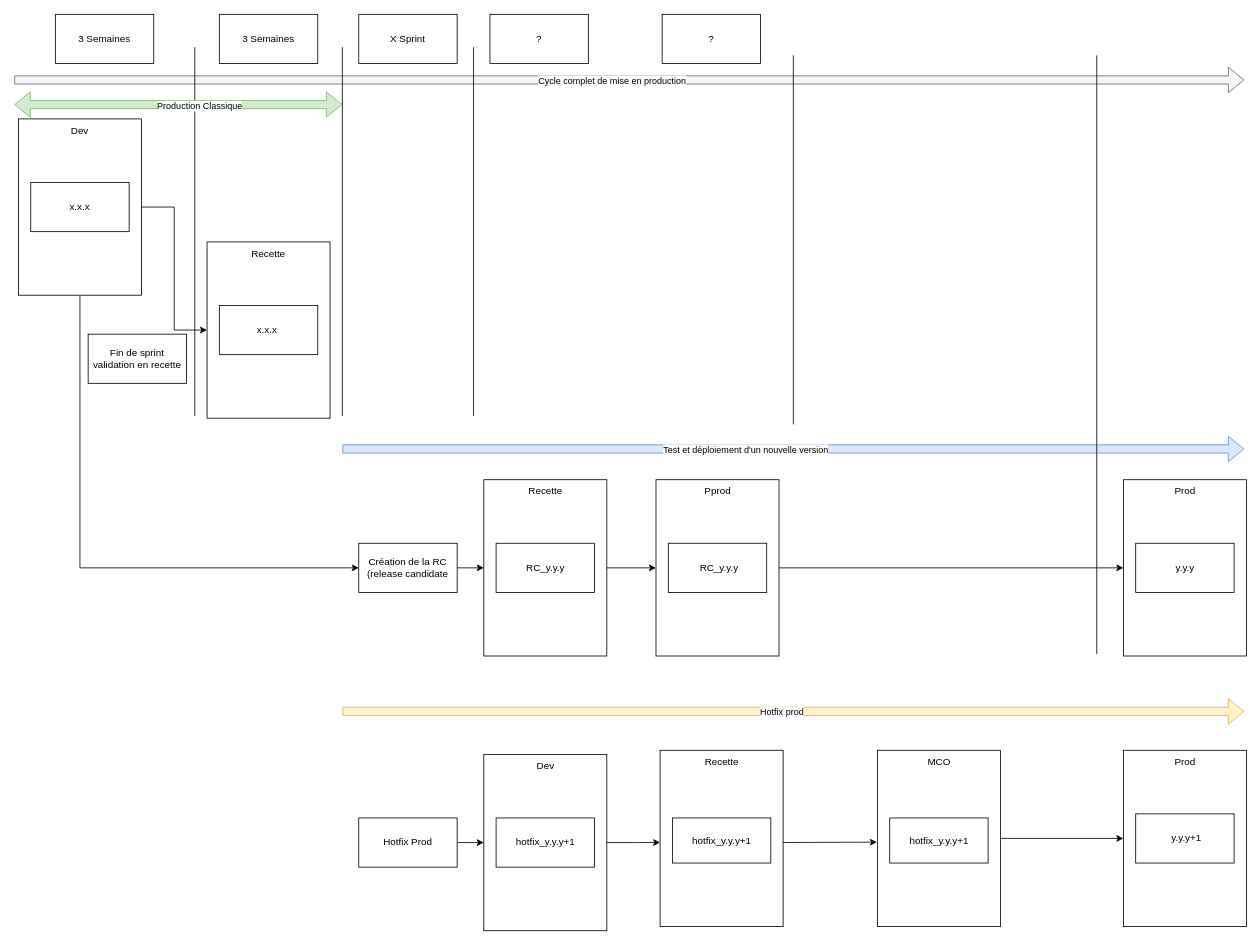
Earlier version of the draw.io diagram page "Page-2" (1 of 2) of classical_version_qa.drawio (AdrianANDRE/drawio). Source tidied: cells renumbered, new cells numbered last; positions are measured from the earlier drawing's top-left corner, leaving out a move shared by most shapes. Both pictures are drawn from the tidied source at 82%, with x=0, y=0 at pixel (-9, 14).
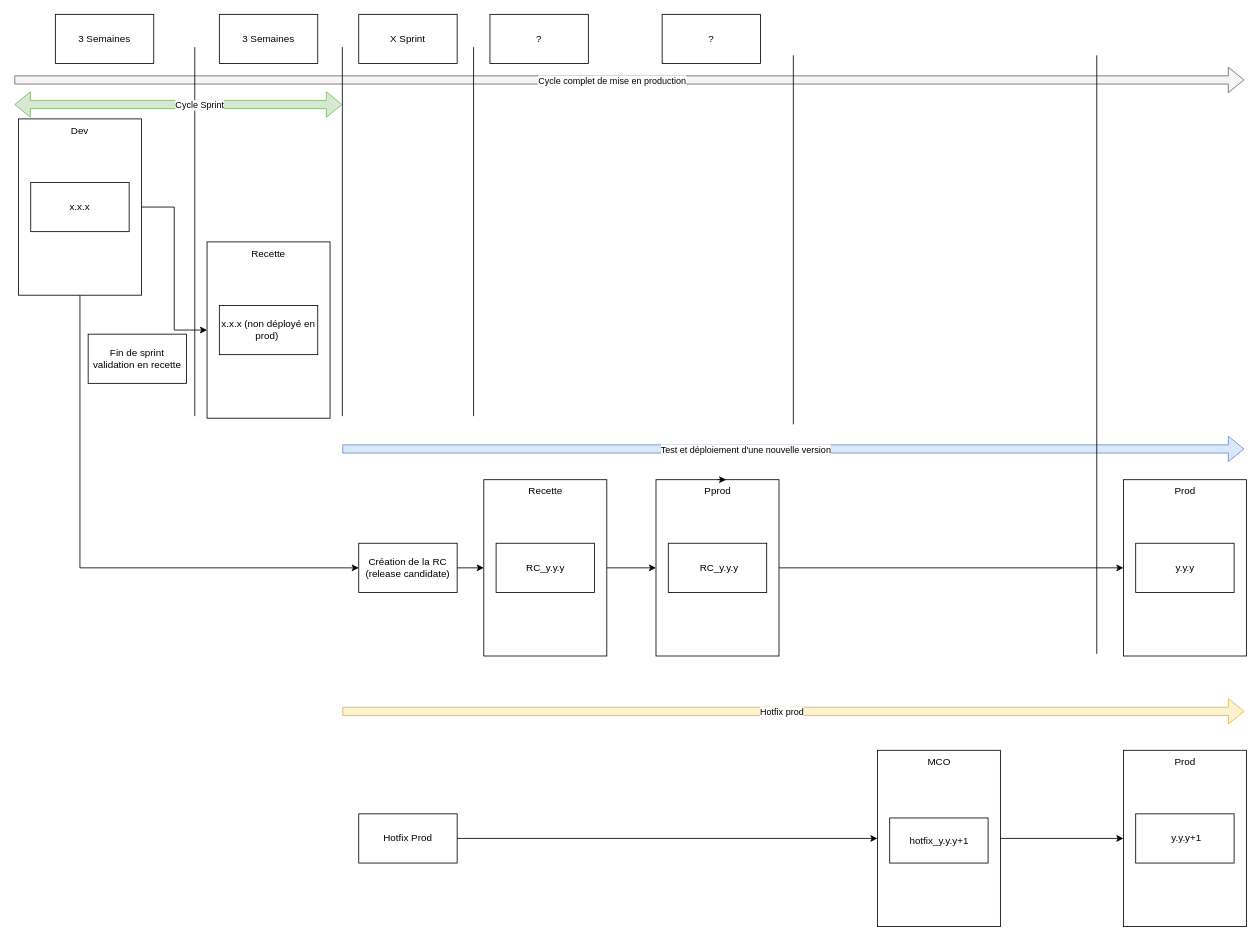
Above is the later version.

The change refers to these unchanged cells:
```xml
<mxCell id="19" value="Pprod" style="rounded=0;whiteSpace=wrap;html=1;rotation=90;verticalAlign=top;flipV=1;flipH=1;direction=west;horizontal=0;" parent="1" vertex="1">
  <mxGeometry x="778" y="600" width="215" height="150" as="geometry" />
</mxCell>
<mxCell id="23" style="shape=flexArrow;endArrow=classic;startArrow=classic;html=1;rounded=0;fillColor=#d5e8d4;strokeColor=#82b366;" parent="1" edge="1">
  <mxGeometry relative="1" as="geometry">
    <mxPoint x="28" y="110" as="sourcePoint" />
    <mxPoint x="428" y="110" as="targetPoint" />
  </mxGeometry>
</mxCell>
<mxCell id="28" style="shape=flexArrow;endArrow=classic;html=1;rounded=0;fillColor=#dae8fc;strokeColor=#6c8ebf;" parent="1" edge="1">
  <mxGeometry relative="1" as="geometry">
    <mxPoint x="428" y="530" as="sourcePoint" />
    <mxPoint x="1528" y="530" as="targetPoint" />
  </mxGeometry>
</mxCell>
<mxCell id="41" value="MCO" style="rounded=0;whiteSpace=wrap;html=1;rotation=90;verticalAlign=top;flipV=1;flipH=1;direction=west;horizontal=0;" parent="1" vertex="1">
  <mxGeometry x="1048" y="930" width="215" height="150" as="geometry" />
</mxCell>
```

Diff of the diagram source:
```diff
@@
-    <mxCell id="8" value="x.x.x&amp;nbsp;" style="rounded=0;whiteSpace=wrap;html=1;" parent="1" vertex="1">
+    <mxCell id="8" value="x.x.x (non déployé en prod)&amp;nbsp;" style="rounded=0;whiteSpace=wrap;html=1;" parent="1" vertex="1">
       <mxGeometry x="278" y="355" width="120" height="60" as="geometry" />
     </mxCell>
@@
-    <mxCell id="17" value="Création de la RC (release candidate" style="rounded=0;whiteSpace=wrap;html=1;" parent="1" vertex="1">
+    <mxCell id="17" value="Création de la RC (release candidate)" style="rounded=0;whiteSpace=wrap;html=1;" parent="1" vertex="1">
       <mxGeometry x="448" y="645" width="120" height="60" as="geometry" />
     </mxCell>
@@
-    <mxCell id="24" value="Production Classique" style="edgeLabel;html=1;align=center;verticalAlign=middle;" parent="23" vertex="1">
-      <mxGeometry x="0.13" y="-1" relative="1" as="geometry" />
+    <mxCell id="24" value="Cycle Sprint" style="edgeLabel;html=1;align=center;verticalAlign=middle;" parent="23" vertex="1">
+      <mxGeometry x="0.13" y="-1" relative="1" as="geometry">
+        <mxPoint y="-1" as="offset" />
+      </mxGeometry>
     </mxCell>
@@
-    <mxCell id="29" value="Test et déploiement d'un nouvelle version" style="edgeLabel;html=1;align=center;verticalAlign=middle;" parent="28" vertex="1">
+    <mxCell id="29" value="Test et déploiement d'une nouvelle version" style="edgeLabel;html=1;align=center;verticalAlign=middle;" parent="28" vertex="1">
       <mxGeometry x="-0.11" relative="1" as="geometry">
         <mxPoint x="1" as="offset" />
       </mxGeometry>
     </mxCell>
@@
-    <mxCell id="34" style="edgeStyle=orthogonalEdgeStyle;rounded=0;jettySize=auto;html=1;exitX=1;exitY=0.5;exitDx=0;exitDy=0;entryX=0.5;entryY=0;entryDx=0;entryDy=0;" parent="1" edge="1" source="35" target="36">
-      <mxGeometry relative="1" as="geometry" />
-    </mxCell>
+    <mxCell id="50" style="edgeStyle=orthogonalEdgeStyle;rounded=0;jettySize=auto;html=1;exitX=1;exitY=0.5;exitDx=0;exitDy=0;entryX=0.5;entryY=0;entryDx=0;entryDy=0;" parent="1" edge="1" source="35" target="41">
+      <mxGeometry relative="1" as="geometry" />
+    </mxCell>
     <mxCell id="35" value="Hotfix Prod" style="rounded=0;whiteSpace=wrap;html=1;" parent="1" vertex="1">
-      <mxGeometry x="448" y="980" width="120" height="60" as="geometry" />
+      <mxGeometry x="448" y="975" width="120" height="60" as="geometry" />
     </mxCell>
-    <mxCell id="36" value="Dev" style="rounded=0;whiteSpace=wrap;html=1;rotation=90;verticalAlign=top;flipV=1;flipH=1;direction=west;horizontal=0;" parent="1" vertex="1">
-      <mxGeometry x="568" y="935" width="215" height="150" as="geometry" />
-    </mxCell>
-    <mxCell id="37" value="hotfix_y.y.y+1" style="rounded=0;whiteSpace=wrap;html=1;" parent="1" vertex="1">
-      <mxGeometry x="615.5" y="980" width="120" height="60" as="geometry" />
-    </mxCell>
-    <mxCell id="38" value="Recette" style="rounded=0;whiteSpace=wrap;html=1;rotation=90;verticalAlign=top;flipV=1;flipH=1;direction=west;horizontal=0;" parent="1" vertex="1">
-      <mxGeometry x="783" y="930" width="215" height="150" as="geometry" />
-    </mxCell>
-    <mxCell id="39" value="hotfix_y.y.y+1" style="rounded=0;whiteSpace=wrap;html=1;" parent="1" vertex="1">
-      <mxGeometry x="830.5" y="980" width="120" height="55" as="geometry" />
-    </mxCell>
@@
-    <mxCell id="44" style="edgeStyle=orthogonalEdgeStyle;rounded=0;jettySize=auto;html=1;exitX=0.5;exitY=1;exitDx=0;exitDy=0;entryX=0.523;entryY=1;entryDx=0;entryDy=0;entryPerimeter=0;" parent="1" edge="1" source="36" target="38">
-      <mxGeometry relative="1" as="geometry" />
-    </mxCell>
-    <mxCell id="45" style="endArrow=classic;html=1;rounded=0;exitX=0.523;exitY=0;exitDx=0;exitDy=0;exitPerimeter=0;entryX=0.521;entryY=1.004;entryDx=0;entryDy=0;entryPerimeter=0;" parent="1" edge="1" source="38" target="41">
-      <mxGeometry relative="1" as="geometry" />
-    </mxCell>
@@
+    <mxCell id="51" style="edgeStyle=orthogonalEdgeStyle;rounded=0;orthogonalLoop=1;jettySize=auto;html=1;exitX=1;exitY=0.5;exitDx=0;exitDy=0;entryX=-0.003;entryY=0.43;entryDx=0;entryDy=0;entryPerimeter=0;" parent="1" edge="1" source="19" target="19">
+      <mxGeometry relative="1" as="geometry" />
+    </mxCell>
```
